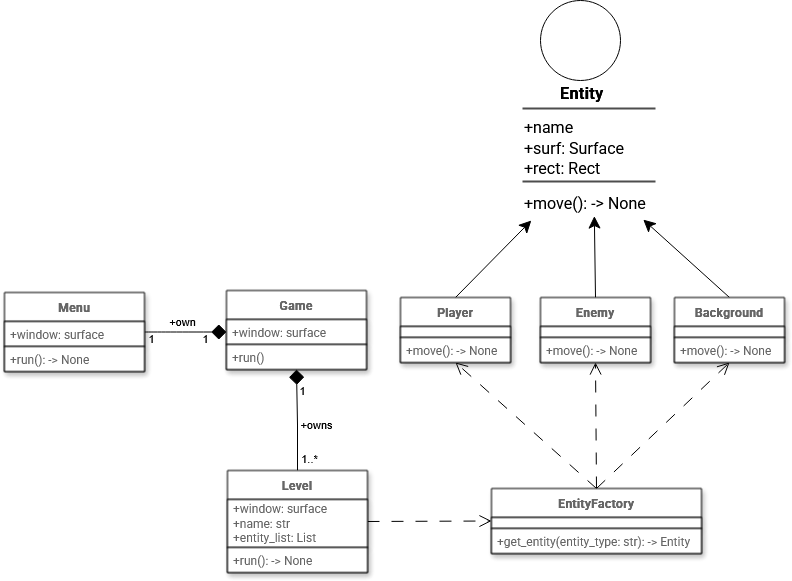
This is diagramas/class_diagram.png from segundoo2/montain-shooter, a draw.io export, as it was before one commit. Source tidied: cells renumbered, new cells last; positions are measured from the earlier drawing's top-left corner, leaving out a move shared by most shapes.
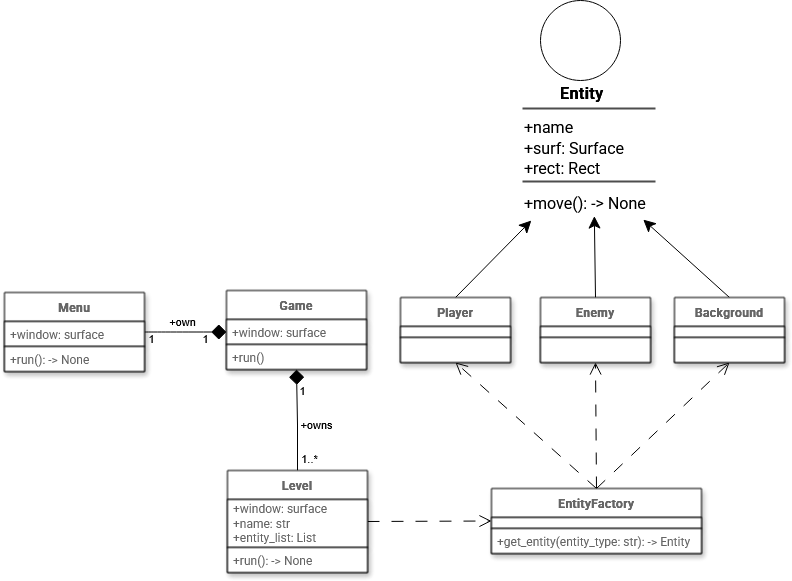
After the change.

What changed in the source:
```diff
@@ -93,7 +93,7 @@
     <mxCell id="28" style="text;html=1;strokeColor=light-dark(#000000,#000000);fillColor=light-dark(#FFFFFF,#FFFFFF);align=left;verticalAlign=middle;spacingLeft=4;spacingRight=4;overflow=hidden;whiteSpace=wrap;gradientColor=none;fontColor=light-dark(#666666,#000000);glass=0;rounded=0;fontStyle=0;fontFamily=Roboto;fontSource=https%3A%2F%2Ffonts.googleapis.com%2Fcss%3Ffamily%3DRoboto;shadow=1;" parent="27" vertex="1">
       <mxGeometry y="29" width="110" height="11" as="geometry" />
     </mxCell>
-    <mxCell id="29" value="+move(): -&amp;gt; None" style="text;html=1;strokeColor=light-dark(#000000,#000000);fillColor=light-dark(#FFFFFF,#FFFFFF);align=left;verticalAlign=middle;spacingLeft=4;spacingRight=4;overflow=hidden;whiteSpace=wrap;fontColor=light-dark(#666666,#000000);glass=0;rounded=0;fontStyle=0;fontFamily=Roboto;fontSource=https%3A%2F%2Ffonts.googleapis.com%2Fcss%3Ffamily%3DRoboto;shadow=1;" parent="27" vertex="1">
+    <mxCell id="29" value="&lt;div&gt;&lt;br&gt;&lt;/div&gt;" style="text;html=1;strokeColor=light-dark(#000000,#000000);fillColor=light-dark(#FFFFFF,#FFFFFF);align=left;verticalAlign=middle;spacingLeft=4;spacingRight=4;overflow=hidden;whiteSpace=wrap;fontColor=light-dark(#666666,#000000);glass=0;rounded=0;fontStyle=0;fontFamily=Roboto;fontSource=https%3A%2F%2Ffonts.googleapis.com%2Fcss%3Ffamily%3DRoboto;shadow=1;" parent="27" vertex="1">
       <mxGeometry y="40" width="110" height="25" as="geometry" />
     </mxCell>
     <mxCell id="30" style="rounded=0;jettySize=auto;html=1;exitX=0.5;exitY=0;exitDx=0;exitDy=0;endSize=10;entryX=0.479;entryY=0.919;entryDx=0;entryDy=0;entryPerimeter=0;" parent="1" edge="1" source="31" target="45">
@@ -105,7 +105,7 @@
     <mxCell id="32" style="text;html=1;strokeColor=light-dark(#000000,#000000);fillColor=light-dark(#FFFFFF,#FFFFFF);align=left;verticalAlign=middle;spacingLeft=4;spacingRight=4;overflow=hidden;whiteSpace=wrap;gradientColor=none;fontColor=light-dark(#666666,#000000);glass=0;rounded=0;fontStyle=0;fontFamily=Roboto;fontSource=https%3A%2F%2Ffonts.googleapis.com%2Fcss%3Ffamily%3DRoboto;shadow=1;" parent="31" vertex="1">
       <mxGeometry y="29" width="110" height="11" as="geometry" />
     </mxCell>
-    <mxCell id="33" value="+move(): -&amp;gt; None" style="text;html=1;strokeColor=light-dark(#000000,#000000);fillColor=light-dark(#FFFFFF,#FFFFFF);align=left;verticalAlign=middle;spacingLeft=4;spacingRight=4;overflow=hidden;whiteSpace=wrap;fontColor=light-dark(#666666,#000000);glass=0;rounded=0;fontStyle=0;fontFamily=Roboto;fontSource=https%3A%2F%2Ffonts.googleapis.com%2Fcss%3Ffamily%3DRoboto;shadow=1;" parent="31" vertex="1">
+    <mxCell id="33" style="text;html=1;strokeColor=light-dark(#000000,#000000);fillColor=light-dark(#FFFFFF,#FFFFFF);align=left;verticalAlign=middle;spacingLeft=4;spacingRight=4;overflow=hidden;whiteSpace=wrap;fontColor=light-dark(#666666,#000000);glass=0;rounded=0;fontStyle=0;fontFamily=Roboto;fontSource=https%3A%2F%2Ffonts.googleapis.com%2Fcss%3Ffamily%3DRoboto;shadow=1;" parent="31" vertex="1">
       <mxGeometry y="40" width="110" height="25" as="geometry" />
     </mxCell>
     <mxCell id="34" style="rounded=0;jettySize=auto;html=1;exitX=0.5;exitY=0;exitDx=0;exitDy=0;entryX=0.805;entryY=1.037;entryDx=0;entryDy=0;entryPerimeter=0;endSize=10;" parent="1" edge="1" source="35" target="45">
@@ -117,7 +117,7 @@
     <mxCell id="36" style="text;html=1;strokeColor=light-dark(#000000,#000000);fillColor=light-dark(#FFFFFF,#FFFFFF);align=left;verticalAlign=middle;spacingLeft=4;spacingRight=4;overflow=hidden;whiteSpace=wrap;gradientColor=none;fontColor=light-dark(#666666,#000000);glass=0;rounded=0;fontStyle=0;fontFamily=Roboto;fontSource=https%3A%2F%2Ffonts.googleapis.com%2Fcss%3Ffamily%3DRoboto;shadow=1;" parent="35" vertex="1">
       <mxGeometry y="29" width="110" height="11" as="geometry" />
     </mxCell>
-    <mxCell id="37" value="+move(): -&amp;gt; None" style="text;html=1;strokeColor=light-dark(#000000,#000000);fillColor=light-dark(#FFFFFF,#FFFFFF);align=left;verticalAlign=middle;spacingLeft=4;spacingRight=4;overflow=hidden;whiteSpace=wrap;fontColor=light-dark(#666666,#000000);glass=0;rounded=0;fontStyle=0;fontFamily=Roboto;fontSource=https%3A%2F%2Ffonts.googleapis.com%2Fcss%3Ffamily%3DRoboto;shadow=1;" parent="35" vertex="1">
+    <mxCell id="37" style="text;html=1;strokeColor=light-dark(#000000,#000000);fillColor=light-dark(#FFFFFF,#FFFFFF);align=left;verticalAlign=middle;spacingLeft=4;spacingRight=4;overflow=hidden;whiteSpace=wrap;fontColor=light-dark(#666666,#000000);glass=0;rounded=0;fontStyle=0;fontFamily=Roboto;fontSource=https%3A%2F%2Ffonts.googleapis.com%2Fcss%3Ffamily%3DRoboto;shadow=1;" parent="35" vertex="1">
       <mxGeometry y="40" width="110" height="25" as="geometry" />
     </mxCell>
     <mxCell id="38" style="ellipse;whiteSpace=wrap;html=1;fillColor=light-dark(#FFFFFF,#FFFFFF);strokeColor=light-dark(#000000,#000000);" parent="1" vertex="1">
```
